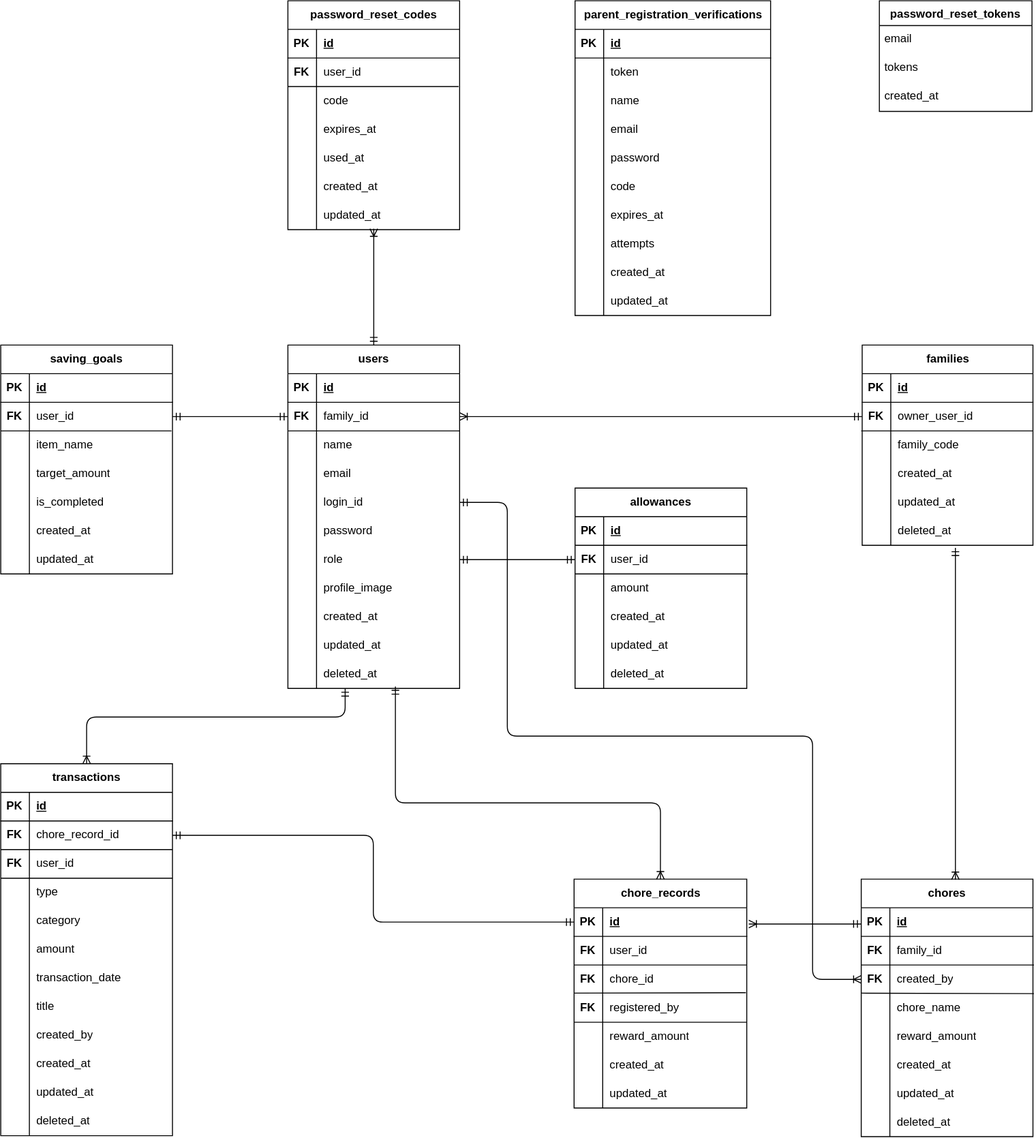
matsunagaNatsuki/Okodukai keeps this draw.io diagram as ER.drawio.svg. Above is the earlier version. Source tidied: cells renumbered, new cells last; positions are measured from the earlier drawing's top-left corner, leaving out a move shared by most shapes.
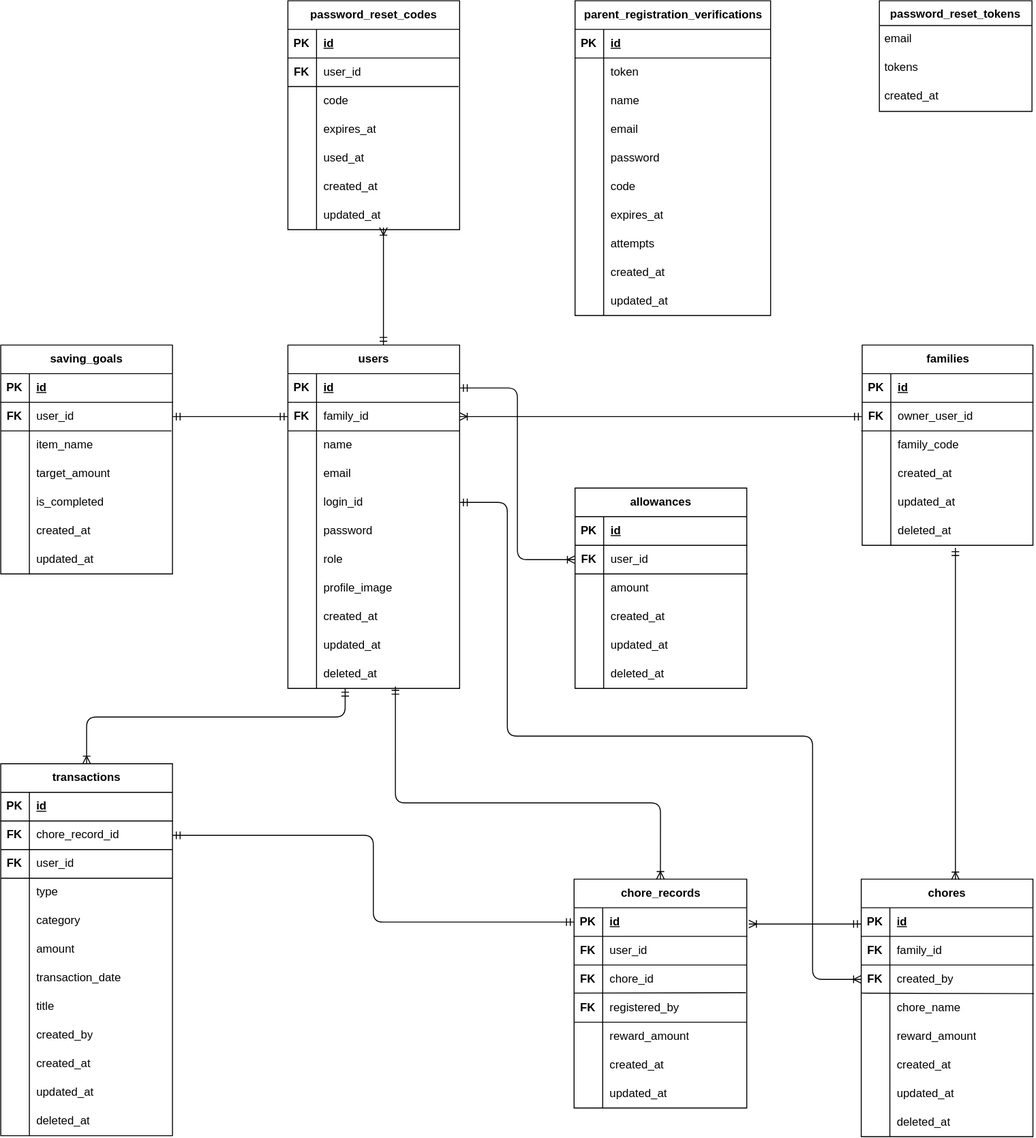
Later version of the same file.

Commit message:
ER図のカーディナルを一部修正

The edit, as a diff of the source:
```diff
@@ -800,11 +800,6 @@
     <mxCell id="257" style="edgeStyle=entityRelationEdgeStyle;fontSize=12;html=1;endArrow=ERoneToMany;startArrow=ERmandOne;entryX=1;entryY=0.5;entryDx=0;entryDy=0;exitX=0;exitY=0.5;exitDx=0;exitDy=0;" parent="1" edge="1" source="156" target="38">
       <mxGeometry relative="1" as="geometry" />
     </mxCell>
-    <mxCell id="258" style="fontSize=12;html=1;endArrow=ERoneToMany;startArrow=ERmandOne;exitX=0.5;exitY=0;exitDx=0;exitDy=0;" parent="1" edge="1" source="34">
-      <mxGeometry relative="1" as="geometry">
-        <mxPoint x="391" y="239" as="targetPoint" />
-      </mxGeometry>
-    </mxCell>
     <mxCell id="259" style="edgeStyle=orthogonalEdgeStyle;fontSize=12;html=1;endArrow=ERoneToMany;startArrow=ERmandOne;entryX=0.5;entryY=0;entryDx=0;entryDy=0;exitX=0.626;exitY=0.933;exitDx=0;exitDy=0;exitPerimeter=0;" parent="1" edge="1" source="65" target="74">
       <mxGeometry relative="1" as="geometry">
         <Array as="points">
@@ -848,11 +843,17 @@
         </Array>
       </mxGeometry>
     </mxCell>
-    <mxCell id="265" style="fontSize=12;html=1;endArrow=ERmandOne;startArrow=ERmandOne;exitX=1;exitY=0.5;exitDx=0;exitDy=0;entryX=0;entryY=0.5;entryDx=0;entryDy=0;" parent="1" edge="1" source="53" target="177">
-      <mxGeometry relative="1" as="geometry" />
-    </mxCell>
     <mxCell id="266" style="edgeStyle=entityRelationEdgeStyle;fontSize=12;html=1;endArrow=ERmandOne;startArrow=ERmandOne;exitX=1;exitY=0.5;exitDx=0;exitDy=0;entryX=0;entryY=0.5;entryDx=0;entryDy=0;" parent="1" edge="1" source="238" target="38">
       <mxGeometry relative="1" as="geometry" />
     </mxCell>
+    <mxCell id="267" style="edgeStyle=orthogonalEdgeStyle;fontSize=12;html=1;endArrow=ERoneToMany;startArrow=ERmandOne;entryX=0;entryY=0.5;entryDx=0;entryDy=0;exitX=1;exitY=0.5;exitDx=0;exitDy=0;" parent="1" edge="1" source="35" target="177">
+      <mxGeometry relative="1" as="geometry" />
+    </mxCell>
+    <mxCell id="268" style="fontSize=12;html=1;endArrow=ERoneToMany;startArrow=ERmandOne;entryX=0.562;entryY=0.926;entryDx=0;entryDy=0;entryPerimeter=0;exitX=0.562;exitY=0;exitDx=0;exitDy=0;exitPerimeter=0;" parent="1" edge="1">
+      <mxGeometry relative="1" as="geometry">
+        <mxPoint x="401.2" y="361" as="sourcePoint" />
+        <mxPoint x="401.2" y="237.8" as="targetPoint" />
+      </mxGeometry>
+    </mxCell>
   </root>
 </mxGraphModel>
```
